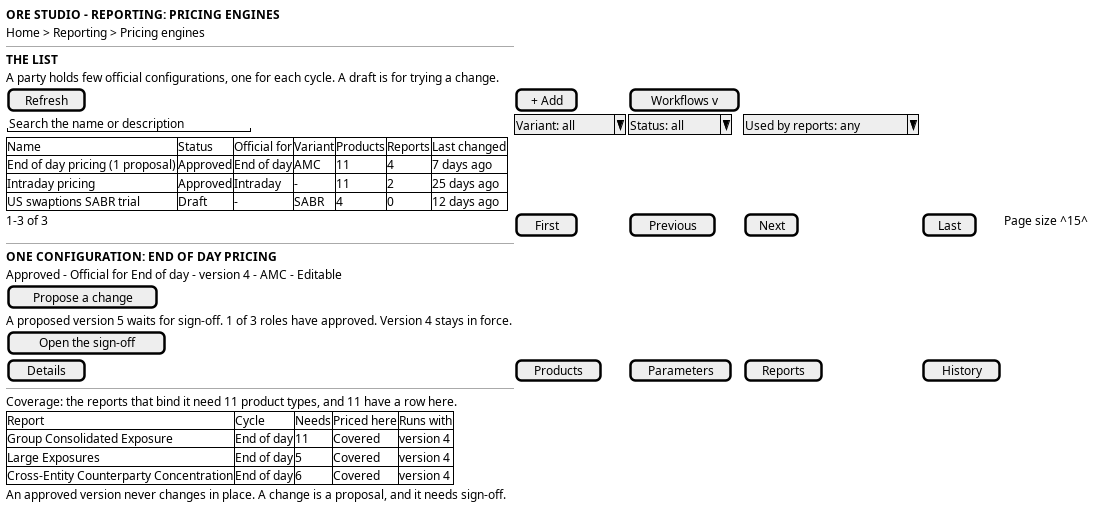
The PlantUML diagram doc/knowledge/journeys/reporting/wireframe_see_the_pricing_engines_a_party_holds.png in OreStudio/OreStudio, before a commit. Its source is kept beside it as doc/knowledge/journeys/reporting/wireframe_see_the_pricing_engines_a_party_holds.puml.
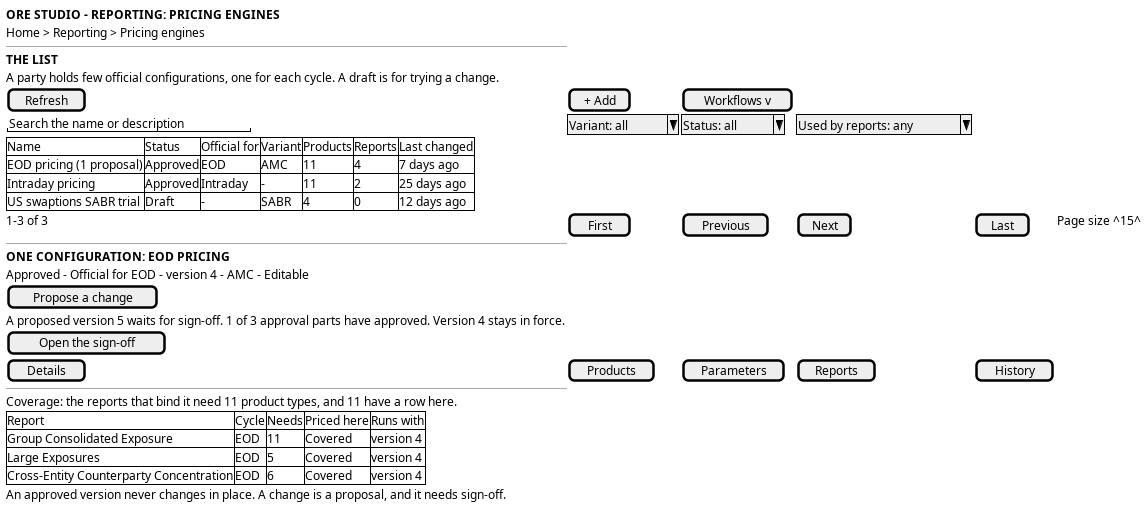
Later version of the same file.

Diff of the diagram source:
```diff
@@ -11,25 +11,25 @@
   "Search the name or description" | ^Variant: all^ | ^Status: all^ | ^Used by reports: any^
   {#
     Name | Status | Official for | Variant | Products | Reports | Last changed
-    End of day pricing (1 proposal) | Approved | End of day | AMC | 11 | 4 | 7 days ago
+    EOD pricing (1 proposal) | Approved | EOD | AMC | 11 | 4 | 7 days ago
     Intraday pricing | Approved | Intraday | - | 11 | 2 | 25 days ago
     US swaptions SABR trial | Draft | - | SABR | 4 | 0 | 12 days ago
   }
   1-3 of 3 | [ First ] | [ Previous ] | [ Next ] | [ Last ] | Page size ^15^
   --
-  <b>ONE CONFIGURATION: END OF DAY PRICING</b>
-  Approved - Official for End of day - version 4 - AMC - Editable
+  <b>ONE CONFIGURATION: EOD PRICING</b>
+  Approved - Official for EOD - version 4 - AMC - Editable
   [ Propose a change ]
-  A proposed version 5 waits for sign-off. 1 of 3 roles have approved. Version 4 stays in force.
+  A proposed version 5 waits for sign-off. 1 of 3 approval parts have approved. Version 4 stays in force.
   [ Open the sign-off ]
   [ Details ] | [ Products ] | [ Parameters ] | [ Reports ] | [ History ]
   --
   Coverage: the reports that bind it need 11 product types, and 11 have a row here.
   {#
     Report | Cycle | Needs | Priced here | Runs with
-    Group Consolidated Exposure | End of day | 11 | Covered | version 4
-    Large Exposures | End of day | 5 | Covered | version 4
-    Cross-Entity Counterparty Concentration | End of day | 6 | Covered | version 4
+    Group Consolidated Exposure | EOD | 11 | Covered | version 4
+    Large Exposures | EOD | 5 | Covered | version 4
+    Cross-Entity Counterparty Concentration | EOD | 6 | Covered | version 4
   }
   An approved version never changes in place. A change is a proposal, and it needs sign-off.
 }
```
